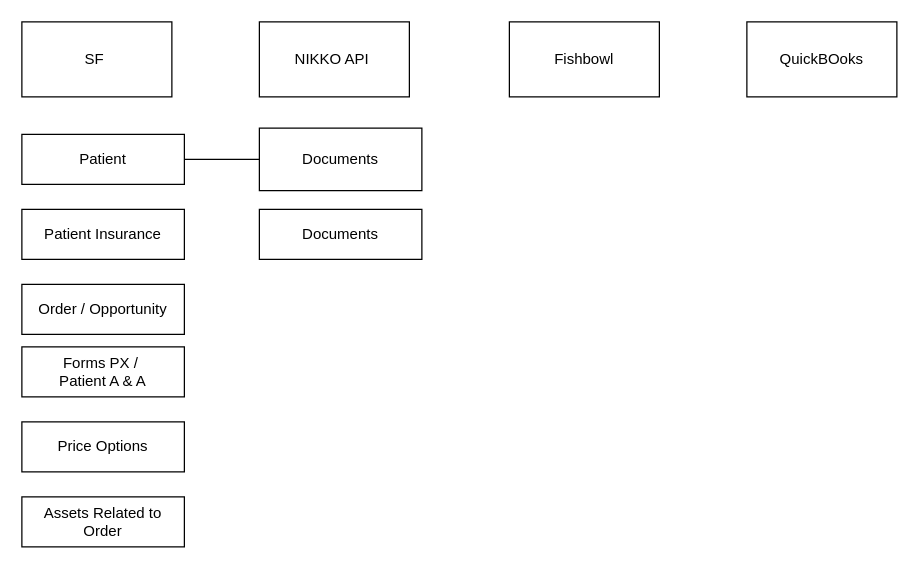
Before: Untitled Diagram.drawio in hoikunal/hoikunal, a draw.io diagram. Source tidied: cells renumbered, new cells numbered last; positions are measured from the earlier drawing's top-left corner, leaving out a move shared by most shapes. Both pictures are drawn from the tidied source at 125%, with x=0, y=0 at pixel (21, 21).
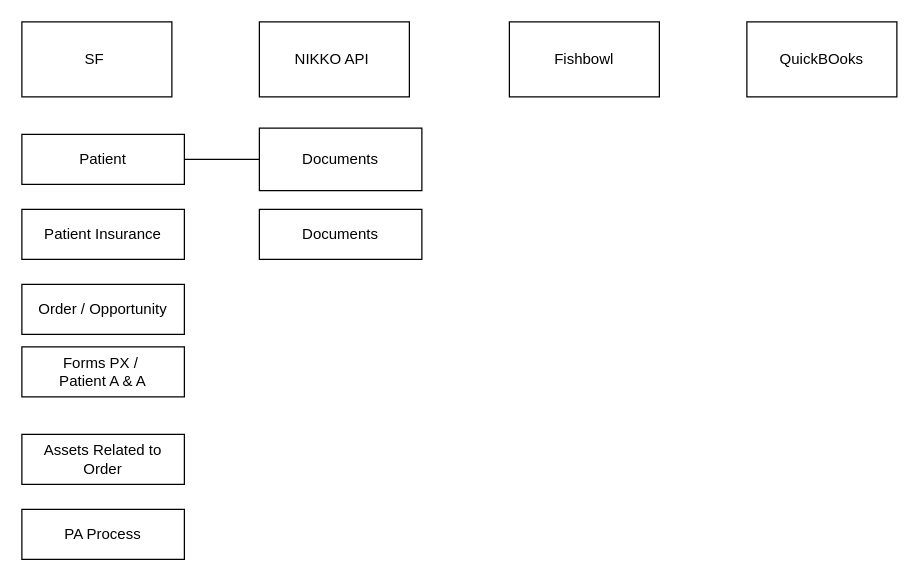
The same page after the edit.

The edit, as a diff of the source:
```diff
@@
 <mxGraphModel>
   <root>
     <mxCell id="0" />
     <mxCell id="1" parent="0" />
     <mxCell id="2" value="SF&amp;nbsp;" style="rounded=0;whiteSpace=wrap;html=1;" parent="1" vertex="1">
       <mxGeometry width="120" height="60" as="geometry" />
     </mxCell>
     <mxCell id="3" value="NIKKO API&amp;nbsp;" style="rounded=0;whiteSpace=wrap;html=1;" parent="1" vertex="1">
       <mxGeometry x="190" width="120" height="60" as="geometry" />
     </mxCell>
     <mxCell id="4" value="Fishbowl" style="rounded=0;whiteSpace=wrap;html=1;" parent="1" vertex="1">
       <mxGeometry x="390" width="120" height="60" as="geometry" />
     </mxCell>
     <mxCell id="5" value="QuickBOoks" style="rounded=0;whiteSpace=wrap;html=1;" parent="1" vertex="1">
       <mxGeometry x="580" width="120" height="60" as="geometry" />
     </mxCell>
     <mxCell id="6" value="Patient" style="rounded=0;whiteSpace=wrap;html=1;" parent="1" vertex="1">
       <mxGeometry y="90" width="130" height="40" as="geometry" />
     </mxCell>
     <mxCell id="7" value="Patient Insurance" style="rounded=0;whiteSpace=wrap;html=1;" parent="1" vertex="1">
       <mxGeometry y="150" width="130" height="40" as="geometry" />
     </mxCell>
     <mxCell id="8" value="Order / Opportunity" style="rounded=0;whiteSpace=wrap;html=1;" parent="1" vertex="1">
       <mxGeometry y="210" width="130" height="40" as="geometry" />
     </mxCell>
     <mxCell id="9" value="Forms PX /&amp;nbsp;&lt;div&gt;Patient A &amp;amp; A&lt;/div&gt;" style="rounded=0;whiteSpace=wrap;html=1;" parent="1" vertex="1">
       <mxGeometry y="260" width="130" height="40" as="geometry" />
     </mxCell>
-    <mxCell id="10" value="Price Options" style="rounded=0;whiteSpace=wrap;html=1;" parent="1" vertex="1">
-      <mxGeometry y="320" width="130" height="40" as="geometry" />
-    </mxCell>
     <mxCell id="11" value="Assets Related to Order" style="rounded=0;whiteSpace=wrap;html=1;" parent="1" vertex="1">
-      <mxGeometry y="380" width="130" height="40" as="geometry" />
+      <mxGeometry y="330" width="130" height="40" as="geometry" />
     </mxCell>
     <mxCell id="12" style="endArrow=classic;html=1;rounded=0;exitX=1;exitY=0.5;exitDx=0;exitDy=0;" parent="1" edge="1" source="6">
       <mxGeometry relative="1" as="geometry">
         <mxPoint x="220" y="110" as="targetPoint" />
       </mxGeometry>
     </mxCell>
     <mxCell id="13" value="Documents" style="rounded=0;whiteSpace=wrap;html=1;" parent="1" vertex="1">
       <mxGeometry x="190" y="85" width="130" height="50" as="geometry" />
     </mxCell>
     <mxCell id="14" value="Documents" style="rounded=0;whiteSpace=wrap;html=1;" parent="1" vertex="1">
       <mxGeometry x="190" y="150" width="130" height="40" as="geometry" />
     </mxCell>
+    <mxCell id="15" value="PA Process" style="rounded=0;whiteSpace=wrap;html=1;" parent="1" vertex="1">
+      <mxGeometry y="390" width="130" height="40" as="geometry" />
+    </mxCell>
   </root>
 </mxGraphModel>
```
